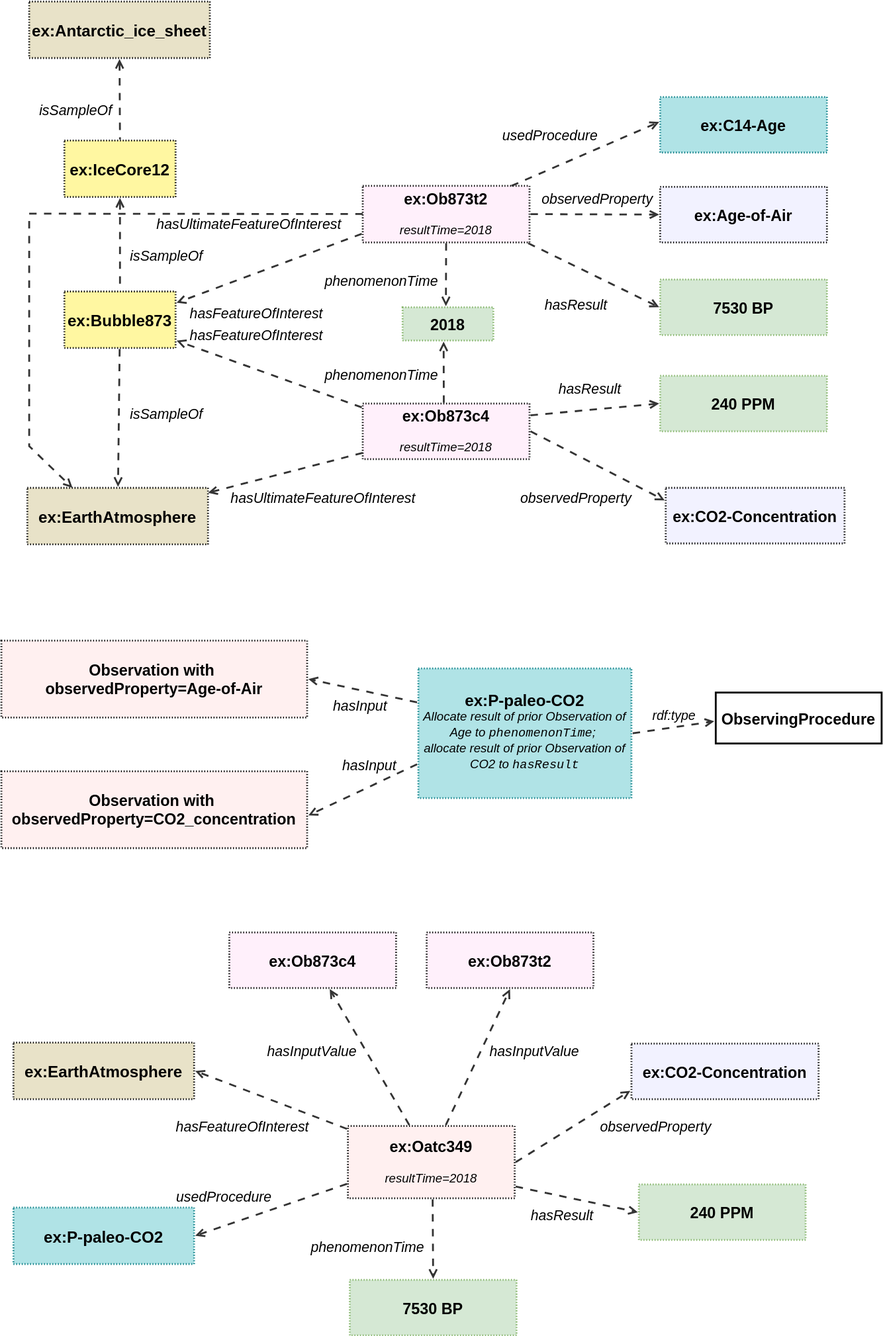
Earlier version of the draw.io export ssn/images/paleo-atmosphere.svg (w3c/sdw-sosa-ssn). Source tidied: cells renumbered, new cells last; positions are measured from the earlier drawing's top-left corner, leaving out a move shared by most shapes.
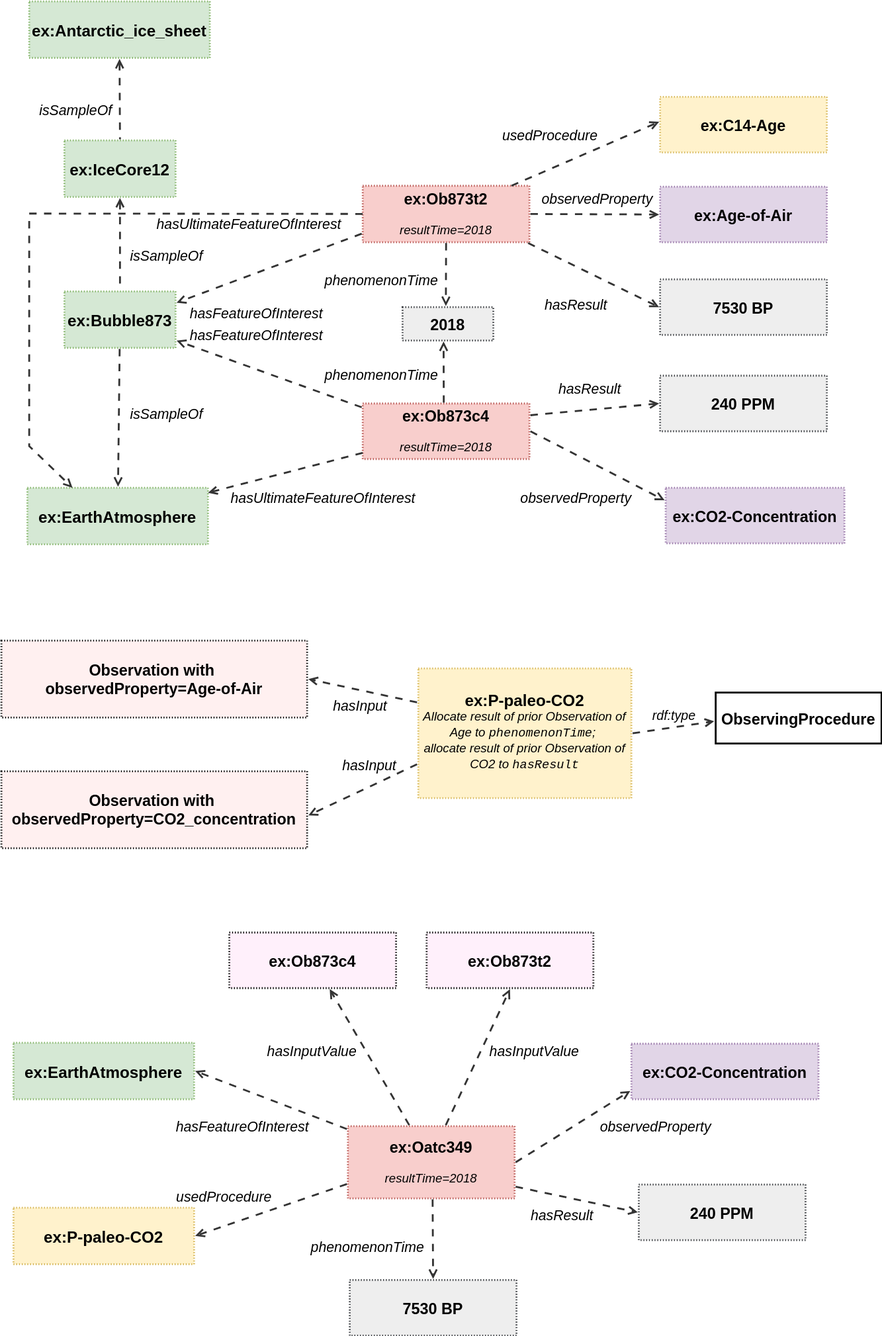
Later version of the same file.

Commit message:
consistent colours

What changed in the source:
```diff
@@ -7,3 +7,3 @@
     </mxCell>
-    <mxCell id="3" value="ex:Bubble873" style="html=1;overflow=block;blockSpacing=1;whiteSpace=wrap;fontSize=17.3;fontStyle=1;align=center;spacing=0;strokeOpacity=100;fillOpacity=100;fillColor=#fff7a1;dashed=1;fixDash=1;dashPattern=1 2;strokeWidth=2;fontColor=default;convertToSvg=1;" parent="1" vertex="1">
+    <mxCell id="3" value="ex:Bubble873" style="html=1;overflow=block;blockSpacing=1;whiteSpace=wrap;fontSize=17.3;fontStyle=1;align=center;spacing=0;strokeOpacity=100;fillOpacity=100;fillColor=#d5e8d4;dashed=1;fixDash=1;dashPattern=1 2;strokeWidth=2;convertToSvg=1;strokeColor=#82b366;" parent="1" vertex="1">
       <mxGeometry x="68" y="313" width="120" height="61" as="geometry" />
@@ -13,3 +13,3 @@
     </mxCell>
-    <mxCell id="5" value="ex:IceCore12" style="html=1;overflow=block;blockSpacing=1;whiteSpace=wrap;fontSize=17.3;fontStyle=1;align=center;spacing=0;strokeOpacity=100;fillOpacity=100;fillColor=#fff7a1;dashed=1;fixDash=1;dashPattern=1 2;strokeWidth=2;fontColor=default;convertToSvg=1;" parent="1" vertex="1">
+    <mxCell id="5" value="ex:IceCore12" style="html=1;overflow=block;blockSpacing=1;whiteSpace=wrap;fontSize=17.3;fontStyle=1;align=center;spacing=0;strokeOpacity=100;fillOpacity=100;fillColor=#d5e8d4;dashed=1;fixDash=1;dashPattern=1 2;strokeWidth=2;convertToSvg=1;strokeColor=#82b366;" parent="1" vertex="1">
       <mxGeometry x="68" y="150" width="120" height="61" as="geometry" />
@@ -19,3 +19,3 @@
     </mxCell>
-    <mxCell id="7" value="ex:EarthAtmosphere" style="html=1;overflow=block;blockSpacing=1;whiteSpace=wrap;fontSize=17.3;fontStyle=1;align=center;spacing=0;strokeOpacity=100;fillOpacity=100;fillColor=#e8e2c8;dashed=1;fixDash=1;dashPattern=1 2;strokeWidth=2;fontColor=default;convertToSvg=1;" parent="1" vertex="1">
+    <mxCell id="7" value="ex:EarthAtmosphere" style="html=1;overflow=block;blockSpacing=1;whiteSpace=wrap;fontSize=17.3;fontStyle=1;align=center;spacing=0;strokeOpacity=100;fillOpacity=100;fillColor=#d5e8d4;dashed=1;fixDash=1;dashPattern=1 2;strokeWidth=2;convertToSvg=1;strokeColor=#82b366;" parent="1" vertex="1">
       <mxGeometry x="28" y="525" width="195" height="61" as="geometry" />
@@ -25,6 +25,6 @@
     </mxCell>
-    <mxCell id="9" value="&lt;div style=&quot;display: flex; justify-content: center; text-align: center; align-items: baseline; font-size: 0; line-height: 1.25;margin-top: -2px;&quot;&gt;&lt;span&gt;&lt;span style=&quot;font-size:16.7px;font-weight: bold;&quot;&gt;ex:Ob873t2&lt;br&gt;&lt;/span&gt;&lt;/span&gt;&lt;/div&gt;&lt;div style=&quot;display: flex; justify-content: center; text-align: center; align-items: baseline; font-size: 0; line-height: 1.25;margin-top: -2px;&quot;&gt;&lt;span&gt;&lt;span style=&quot;font-size:13.3px;font-style: italic;&quot;&gt;resultTime=2018&lt;/span&gt;&lt;/span&gt;&lt;/div&gt;" style="align=center;whiteSpace=wrap;overflow=block;blockSpacing=1;html=1;fontSize=13;spacing=0;strokeOpacity=100;fillOpacity=100;fillColor=#fff0fb;dashed=1;fixDash=1;dashPattern=1 2;strokeWidth=2;fontColor=default;convertToSvg=1;" parent="1" vertex="1">
+    <mxCell id="9" value="&lt;div style=&quot;display: flex; justify-content: center; text-align: center; align-items: baseline; font-size: 0; line-height: 1.25;margin-top: -2px;&quot;&gt;&lt;span&gt;&lt;span style=&quot;font-size:16.7px;font-weight: bold;&quot;&gt;ex:Ob873t2&lt;br&gt;&lt;/span&gt;&lt;/span&gt;&lt;/div&gt;&lt;div style=&quot;display: flex; justify-content: center; text-align: center; align-items: baseline; font-size: 0; line-height: 1.25;margin-top: -2px;&quot;&gt;&lt;span&gt;&lt;span style=&quot;font-size:13.3px;font-style: italic;&quot;&gt;resultTime=2018&lt;/span&gt;&lt;/span&gt;&lt;/div&gt;" style="align=center;whiteSpace=wrap;overflow=block;blockSpacing=1;html=1;fontSize=13;spacing=0;strokeOpacity=100;fillOpacity=100;fillColor=#f8cecc;dashed=1;fixDash=1;dashPattern=1 2;strokeWidth=2;convertToSvg=1;strokeColor=#b85450;" parent="1" vertex="1">
       <mxGeometry x="390" y="199" width="180" height="61" as="geometry" />
     </mxCell>
-    <mxCell id="10" value="&lt;div style=&quot;display: flex; justify-content: center; text-align: center; align-items: baseline; font-size: 0; line-height: 1.25;margin-top: -2px;&quot;&gt;&lt;span&gt;&lt;span style=&quot;font-size:16.7px;font-weight: bold;&quot;&gt;ex:Ob873c4&lt;br&gt;&lt;/span&gt;&lt;/span&gt;&lt;/div&gt;&lt;div style=&quot;display: flex; justify-content: center; text-align: center; align-items: baseline; font-size: 0; line-height: 1.25;margin-top: -2px;&quot;&gt;&lt;span&gt;&lt;span style=&quot;font-size:13.3px;font-style: italic;&quot;&gt;resultTime=2018&lt;/span&gt;&lt;/span&gt;&lt;/div&gt;" style="align=center;whiteSpace=wrap;overflow=block;blockSpacing=1;html=1;fontSize=13;spacing=0;strokeOpacity=100;fillOpacity=100;fillColor=#fff0fb;dashed=1;fixDash=1;dashPattern=1 2;strokeWidth=2;fontColor=default;convertToSvg=1;" parent="1" vertex="1">
+    <mxCell id="10" value="&lt;div style=&quot;display: flex; justify-content: center; text-align: center; align-items: baseline; font-size: 0; line-height: 1.25;margin-top: -2px;&quot;&gt;&lt;span&gt;&lt;span style=&quot;font-size:16.7px;font-weight: bold;&quot;&gt;ex:Ob873c4&lt;br&gt;&lt;/span&gt;&lt;/span&gt;&lt;/div&gt;&lt;div style=&quot;display: flex; justify-content: center; text-align: center; align-items: baseline; font-size: 0; line-height: 1.25;margin-top: -2px;&quot;&gt;&lt;span&gt;&lt;span style=&quot;font-size:13.3px;font-style: italic;&quot;&gt;resultTime=2018&lt;/span&gt;&lt;/span&gt;&lt;/div&gt;" style="align=center;whiteSpace=wrap;overflow=block;blockSpacing=1;html=1;fontSize=13;spacing=0;strokeOpacity=100;fillOpacity=100;fillColor=#f8cecc;dashed=1;fixDash=1;dashPattern=1 2;strokeWidth=2;convertToSvg=1;strokeColor=#b85450;" parent="1" vertex="1">
       <mxGeometry x="390" y="434" width="180" height="60" as="geometry" />
@@ -40,6 +40,6 @@
     </mxCell>
-    <mxCell id="14" value="ex:CO2-Concentration" style="html=1;overflow=block;blockSpacing=1;whiteSpace=wrap;fontSize=16.7;fontStyle=1;align=center;spacing=0;strokeOpacity=100;fillOpacity=100;fillColor=#f2f2ff;dashed=1;fixDash=1;dashPattern=1 2;strokeWidth=2;fontColor=default;convertToSvg=1;" parent="1" vertex="1">
+    <mxCell id="14" value="ex:CO2-Concentration" style="html=1;overflow=block;blockSpacing=1;whiteSpace=wrap;fontSize=16.7;fontStyle=1;align=center;spacing=0;strokeOpacity=100;fillOpacity=100;fillColor=#e1d5e7;dashed=1;fixDash=1;dashPattern=1 2;strokeWidth=2;convertToSvg=1;strokeColor=#9673a6;" parent="1" vertex="1">
       <mxGeometry x="717" y="525" width="193" height="60" as="geometry" />
     </mxCell>
-    <mxCell id="15" value="ex:Age-of-Air" style="html=1;overflow=block;blockSpacing=1;whiteSpace=wrap;fontSize=16.7;fontStyle=1;align=center;spacing=0;strokeOpacity=100;fillOpacity=100;fillColor=#f2f2ff;dashed=1;fixDash=1;dashPattern=1 2;strokeWidth=2;fontColor=default;convertToSvg=1;" parent="1" vertex="1">
+    <mxCell id="15" value="ex:Age-of-Air" style="html=1;overflow=block;blockSpacing=1;whiteSpace=wrap;fontSize=16.7;fontStyle=1;align=center;spacing=0;strokeOpacity=100;fillOpacity=100;fillColor=#e1d5e7;dashed=1;fixDash=1;dashPattern=1 2;strokeWidth=2;convertToSvg=1;strokeColor=#9673a6;" parent="1" vertex="1">
       <mxGeometry x="711" y="200" width="180" height="60" as="geometry" />
@@ -58,6 +58,6 @@
     </mxCell>
-    <mxCell id="20" value="7530 BP" style="html=1;overflow=block;blockSpacing=1;whiteSpace=wrap;fontSize=16.7;fontStyle=1;align=center;spacing=0;strokeOpacity=100;fillOpacity=100;fillColor=#d5e8d4;dashed=1;fixDash=1;dashPattern=1 2;strokeWidth=2;strokeColor=#82b366;fontColor=default;convertToSvg=1;" parent="1" vertex="1">
+    <mxCell id="20" value="7530 BP" style="html=1;overflow=block;blockSpacing=1;whiteSpace=wrap;fontSize=16.7;fontStyle=1;align=center;spacing=0;strokeOpacity=100;fillOpacity=100;fillColor=#eeeeee;dashed=1;fixDash=1;dashPattern=1 2;strokeWidth=2;strokeColor=#36393d;convertToSvg=1;" parent="1" vertex="1">
       <mxGeometry x="711" y="300" width="180" height="60" as="geometry" />
     </mxCell>
-    <mxCell id="21" value="240 PPM" style="html=1;overflow=block;blockSpacing=1;whiteSpace=wrap;fontSize=16.7;fontStyle=1;align=center;spacing=0;strokeOpacity=100;fillOpacity=100;fillColor=#d5e8d4;dashed=1;fixDash=1;dashPattern=1 2;strokeWidth=2;strokeColor=#82b366;fontColor=default;convertToSvg=1;" parent="1" vertex="1">
+    <mxCell id="21" value="240 PPM" style="html=1;overflow=block;blockSpacing=1;whiteSpace=wrap;fontSize=16.7;fontStyle=1;align=center;spacing=0;strokeOpacity=100;fillOpacity=100;fillColor=#eeeeee;dashed=1;fixDash=1;dashPattern=1 2;strokeWidth=2;strokeColor=#36393d;convertToSvg=1;" parent="1" vertex="1">
       <mxGeometry x="711" y="404" width="180" height="60" as="geometry" />
@@ -79,3 +79,3 @@
     </mxCell>
-    <mxCell id="27" value="2018" style="html=1;overflow=block;blockSpacing=1;whiteSpace=wrap;fontSize=16.7;fontStyle=1;align=center;spacing=0;strokeOpacity=100;fillOpacity=100;fillColor=#d5e8d4;dashed=1;fixDash=1;dashPattern=1 2;strokeWidth=2;convertToSvg=1;strokeColor=#82b366;" parent="1" vertex="1">
+    <mxCell id="27" value="2018" style="html=1;overflow=block;blockSpacing=1;whiteSpace=wrap;fontSize=16.7;fontStyle=1;align=center;spacing=0;strokeOpacity=100;fillOpacity=100;fillColor=#eeeeee;dashed=1;fixDash=1;dashPattern=1 2;strokeWidth=2;convertToSvg=1;strokeColor=#36393d;" parent="1" vertex="1">
       <mxGeometry x="433" y="330" width="98" height="36" as="geometry" />
@@ -94,3 +94,3 @@
     </mxCell>
-    <mxCell id="32" value="&lt;div style=&quot;display: flex; justify-content: center; text-align: center; align-items: baseline; font-size: 0; line-height: 1.25;margin-top: -2px;&quot;&gt;&lt;span&gt;&lt;span style=&quot;font-size:16.7px;font-weight: bold;&quot;&gt;ex:Oatc349&lt;br&gt;&lt;/span&gt;&lt;/span&gt;&lt;/div&gt;&lt;div style=&quot;display: flex; justify-content: center; text-align: center; align-items: baseline; font-size: 0; line-height: 1.25;margin-top: -2px;&quot;&gt;&lt;span&gt;&lt;span style=&quot;font-size:13.3px;font-style: italic;&quot;&gt;resultTime=2018&lt;/span&gt;&lt;/span&gt;&lt;/div&gt;" style="align=center;whiteSpace=wrap;overflow=block;blockSpacing=1;html=1;fontSize=13;spacing=0;strokeOpacity=100;fillOpacity=100;fillColor=#fff0f0;dashed=1;fixDash=1;dashPattern=1 2;strokeWidth=2;fontColor=default;convertToSvg=1;" parent="1" vertex="1">
+    <mxCell id="32" value="&lt;div style=&quot;display: flex; justify-content: center; text-align: center; align-items: baseline; font-size: 0; line-height: 1.25;margin-top: -2px;&quot;&gt;&lt;span&gt;&lt;span style=&quot;font-size:16.7px;font-weight: bold;&quot;&gt;ex:Oatc349&lt;br&gt;&lt;/span&gt;&lt;/span&gt;&lt;/div&gt;&lt;div style=&quot;display: flex; justify-content: center; text-align: center; align-items: baseline; font-size: 0; line-height: 1.25;margin-top: -2px;&quot;&gt;&lt;span&gt;&lt;span style=&quot;font-size:13.3px;font-style: italic;&quot;&gt;resultTime=2018&lt;/span&gt;&lt;/span&gt;&lt;/div&gt;" style="align=center;whiteSpace=wrap;overflow=block;blockSpacing=1;html=1;fontSize=13;spacing=0;strokeOpacity=100;fillOpacity=100;fillColor=#f8cecc;dashed=1;fixDash=1;dashPattern=1 2;strokeWidth=2;convertToSvg=1;strokeColor=#b85450;" parent="1" vertex="1">
       <mxGeometry x="374" y="1214" width="180" height="78" as="geometry" />
@@ -103,3 +103,3 @@
     </mxCell>
-    <mxCell id="35" value="ex:CO2-Concentration" style="html=1;overflow=block;blockSpacing=1;whiteSpace=wrap;fontSize=16.7;fontStyle=1;align=center;spacing=0;strokeOpacity=100;fillOpacity=100;fillColor=#f2f2ff;dashed=1;fixDash=1;dashPattern=1 2;strokeWidth=2;fontColor=default;convertToSvg=1;" parent="1" vertex="1">
+    <mxCell id="35" value="ex:CO2-Concentration" style="html=1;overflow=block;blockSpacing=1;whiteSpace=wrap;fontSize=16.7;fontStyle=1;align=center;spacing=0;strokeOpacity=100;fillOpacity=100;fillColor=#e1d5e7;dashed=1;fixDash=1;dashPattern=1 2;strokeWidth=2;convertToSvg=1;strokeColor=#9673a6;" parent="1" vertex="1">
       <mxGeometry x="680" y="1125" width="202" height="60" as="geometry" />
@@ -112,3 +112,3 @@
     </mxCell>
-    <mxCell id="38" value="240 PPM" style="html=1;overflow=block;blockSpacing=1;whiteSpace=wrap;fontSize=16.7;fontStyle=1;align=center;spacing=0;strokeOpacity=100;fillOpacity=100;fillColor=#d5e8d4;dashed=1;fixDash=1;dashPattern=1 2;strokeWidth=2;strokeColor=#82b366;fontColor=default;convertToSvg=1;" parent="1" vertex="1">
+    <mxCell id="38" value="240 PPM" style="html=1;overflow=block;blockSpacing=1;whiteSpace=wrap;fontSize=16.7;fontStyle=1;align=center;spacing=0;strokeOpacity=100;fillOpacity=100;fillColor=#eeeeee;dashed=1;fixDash=1;dashPattern=1 2;strokeWidth=2;strokeColor=#36393d;convertToSvg=1;" parent="1" vertex="1">
       <mxGeometry x="688" y="1277" width="180" height="60" as="geometry" />
@@ -121,3 +121,3 @@
     </mxCell>
-    <mxCell id="41" value="7530 BP" style="html=1;overflow=block;blockSpacing=1;whiteSpace=wrap;fontSize=16.7;fontStyle=1;align=center;spacing=0;strokeOpacity=100;fillOpacity=100;fillColor=#d5e8d4;dashed=1;fixDash=1;dashPattern=1 2;strokeWidth=2;strokeColor=#82b366;fontColor=default;convertToSvg=1;" parent="1" vertex="1">
+    <mxCell id="41" value="7530 BP" style="html=1;overflow=block;blockSpacing=1;whiteSpace=wrap;fontSize=16.7;fontStyle=1;align=center;spacing=0;strokeOpacity=100;fillOpacity=100;fillColor=#eeeeee;dashed=1;fixDash=1;dashPattern=1 2;strokeWidth=2;strokeColor=#36393d;convertToSvg=1;" parent="1" vertex="1">
       <mxGeometry x="376" y="1380" width="180" height="60" as="geometry" />
@@ -136,3 +136,3 @@
     </mxCell>
-    <mxCell id="46" value="ex:Antarctic_ice_sheet" style="html=1;overflow=block;blockSpacing=1;whiteSpace=wrap;fontSize=17.3;fontStyle=1;align=center;spacing=0;strokeOpacity=100;fillOpacity=100;fillColor=#e8e2c8;dashed=1;fixDash=1;dashPattern=1 2;strokeWidth=2;fontColor=default;convertToSvg=1;" parent="1" vertex="1">
+    <mxCell id="46" value="ex:Antarctic_ice_sheet" style="html=1;overflow=block;blockSpacing=1;whiteSpace=wrap;fontSize=17.3;fontStyle=1;align=center;spacing=0;strokeOpacity=100;fillOpacity=100;fillColor=#d5e8d4;dashed=1;fixDash=1;dashPattern=1 2;strokeWidth=2;convertToSvg=1;strokeColor=#82b366;" parent="1" vertex="1">
       <mxGeometry x="30" width="195" height="61" as="geometry" />
@@ -151,6 +151,6 @@
     </mxCell>
-    <mxCell id="51" value="ex:EarthAtmosphere" style="html=1;overflow=block;blockSpacing=1;whiteSpace=wrap;fontSize=17.3;fontStyle=1;align=center;spacing=0;strokeOpacity=100;fillOpacity=100;fillColor=#e8e2c8;dashed=1;fixDash=1;dashPattern=1 2;strokeWidth=2;fontColor=default;convertToSvg=1;" parent="1" vertex="1">
+    <mxCell id="51" value="ex:EarthAtmosphere" style="html=1;overflow=block;blockSpacing=1;whiteSpace=wrap;fontSize=17.3;fontStyle=1;align=center;spacing=0;strokeOpacity=100;fillOpacity=100;fillColor=#d5e8d4;dashed=1;fixDash=1;dashPattern=1 2;strokeWidth=2;convertToSvg=1;strokeColor=#82b366;" parent="1" vertex="1">
       <mxGeometry x="13" y="1124" width="195" height="61" as="geometry" />
     </mxCell>
-    <mxCell id="52" value="&lt;div style=&quot;display: flex; justify-content: center; text-align: center; align-items: baseline; font-size: 0; line-height: 1.25;margin-top: -2px;&quot;&gt;&lt;span&gt;&lt;span style=&quot;font-size:17.3px;font-weight: bold;&quot;&gt;ex:P-paleo-CO2&lt;/span&gt;&lt;span style=&quot;font-size:17.3px;font-style: italic;&quot;&gt;&lt;br&gt;&lt;/span&gt;&lt;/span&gt;&lt;/div&gt;&lt;div style=&quot;display: flex; justify-content: center; text-align: center; align-items: baseline; font-size: 0; line-height: 1.25;margin-top: -2px;&quot;&gt;&lt;span&gt;&lt;span style=&quot;font-size:13px;font-style: italic;&quot;&gt;&lt;span style=&quot;font-size:13.3px;font-style: italic;&quot;&gt;Allocate result of prior Observation of Age to &lt;/span&gt;&lt;span style=&quot;font-size:13.3px;font-style: italic;font-family: Liberation Mono;&quot;&gt;phenomenonTime&lt;/span&gt;&lt;span style=&quot;font-size:13.3px;font-style: italic;&quot;&gt;;&amp;nbsp;&lt;br&gt;&lt;/span&gt;&lt;/span&gt;&lt;span style=&quot;background-color: transparent; font-style: italic; font-size: 13.3px;&quot;&gt;allocate result of prior Observation of CO2 to &lt;/span&gt;&lt;span style=&quot;background-color: transparent; font-style: italic; font-size: 13.3px; font-family: &amp;quot;Liberation Mono&amp;quot;;&quot;&gt;hasResult&lt;/span&gt;&lt;/span&gt;&lt;/div&gt;" style="align=center;whiteSpace=wrap;overflow=block;blockSpacing=1;html=1;fontSize=13;spacing=0;strokeOpacity=100;fillOpacity=100;fillColor=#b0e3e6;dashed=1;fixDash=1;dashPattern=1 2;strokeWidth=2;strokeColor=#0e8088;convertToSvg=1;" parent="1" vertex="1">
+    <mxCell id="52" value="&lt;div style=&quot;display: flex; justify-content: center; text-align: center; align-items: baseline; font-size: 0; line-height: 1.25;margin-top: -2px;&quot;&gt;&lt;span&gt;&lt;span style=&quot;font-size:17.3px;font-weight: bold;&quot;&gt;ex:P-paleo-CO2&lt;/span&gt;&lt;span style=&quot;font-size:17.3px;font-style: italic;&quot;&gt;&lt;br&gt;&lt;/span&gt;&lt;/span&gt;&lt;/div&gt;&lt;div style=&quot;display: flex; justify-content: center; text-align: center; align-items: baseline; font-size: 0; line-height: 1.25;margin-top: -2px;&quot;&gt;&lt;span&gt;&lt;span style=&quot;font-size:13px;font-style: italic;&quot;&gt;&lt;span style=&quot;font-size:13.3px;font-style: italic;&quot;&gt;Allocate result of prior Observation of Age to &lt;/span&gt;&lt;span style=&quot;font-size:13.3px;font-style: italic;font-family: Liberation Mono;&quot;&gt;phenomenonTime&lt;/span&gt;&lt;span style=&quot;font-size:13.3px;font-style: italic;&quot;&gt;;&amp;nbsp;&lt;br&gt;&lt;/span&gt;&lt;/span&gt;&lt;span style=&quot;background-color: transparent; font-style: italic; font-size: 13.3px;&quot;&gt;allocate result of prior Observation of CO2 to &lt;/span&gt;&lt;span style=&quot;background-color: transparent; font-style: italic; font-size: 13.3px; font-family: &amp;quot;Liberation Mono&amp;quot;;&quot;&gt;hasResult&lt;/span&gt;&lt;/span&gt;&lt;/div&gt;" style="align=center;whiteSpace=wrap;overflow=block;blockSpacing=1;html=1;fontSize=13;spacing=0;strokeOpacity=100;fillOpacity=100;fillColor=#fff2cc;dashed=1;fixDash=1;dashPattern=1 2;strokeWidth=2;strokeColor=#d6b656;convertToSvg=1;" parent="1" vertex="1">
       <mxGeometry x="450" y="720" width="230" height="140" as="geometry" />
@@ -175,3 +175,3 @@
     </mxCell>
-    <mxCell id="59" value="ex:P-paleo-CO2" style="html=1;overflow=block;blockSpacing=1;whiteSpace=wrap;fontSize=17.3;fontStyle=1;align=center;spacing=0;strokeOpacity=100;fillOpacity=100;fillColor=#b0e3e6;dashed=1;fixDash=1;dashPattern=1 2;strokeWidth=2;convertToSvg=1;strokeColor=#0e8088;" parent="1" vertex="1">
+    <mxCell id="59" value="ex:P-paleo-CO2" style="html=1;overflow=block;blockSpacing=1;whiteSpace=wrap;fontSize=17.3;fontStyle=1;align=center;spacing=0;strokeOpacity=100;fillOpacity=100;fillColor=#fff2cc;dashed=1;fixDash=1;dashPattern=1 2;strokeWidth=2;convertToSvg=1;strokeColor=#d6b656;" parent="1" vertex="1">
       <mxGeometry x="13" y="1302" width="195" height="61" as="geometry" />
@@ -199,3 +199,3 @@
     </mxCell>
-    <mxCell id="67" value="ex:C14-Age" style="html=1;overflow=block;blockSpacing=1;whiteSpace=wrap;fontSize=16.7;fontStyle=1;align=center;spacing=0;strokeOpacity=100;fillOpacity=100;fillColor=#b0e3e6;dashed=1;fixDash=1;dashPattern=1 2;strokeWidth=2;convertToSvg=1;strokeColor=#0e8088;" parent="1" vertex="1">
+    <mxCell id="67" value="ex:C14-Age" style="html=1;overflow=block;blockSpacing=1;whiteSpace=wrap;fontSize=16.7;fontStyle=1;align=center;spacing=0;strokeOpacity=100;fillOpacity=100;fillColor=#fff2cc;dashed=1;fixDash=1;dashPattern=1 2;strokeWidth=2;convertToSvg=1;strokeColor=#d6b656;" parent="1" vertex="1">
       <mxGeometry x="711" y="103" width="180" height="60" as="geometry" />
```
